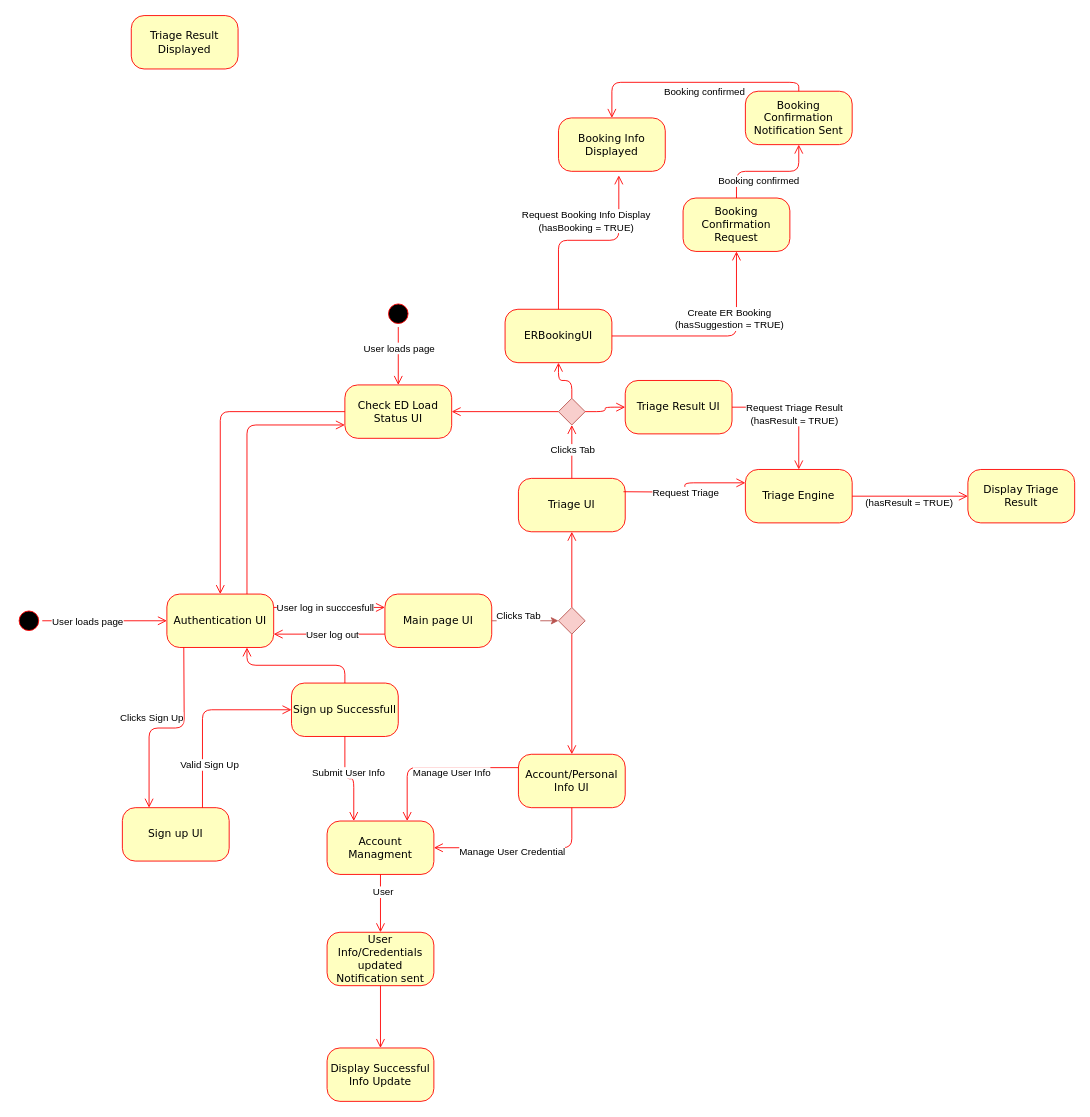
The draw.io diagram Drawio/Untitled Diagram.drawio in uvic-teach/project-m1-team8, before the edit. Source tidied: cells renumbered, new cells numbered last; positions are measured from the earlier drawing's top-left corner, leaving out a move shared by most shapes. Both pictures are drawn from the tidied source at 89%, with x=0, y=0 at pixel (15, 15).
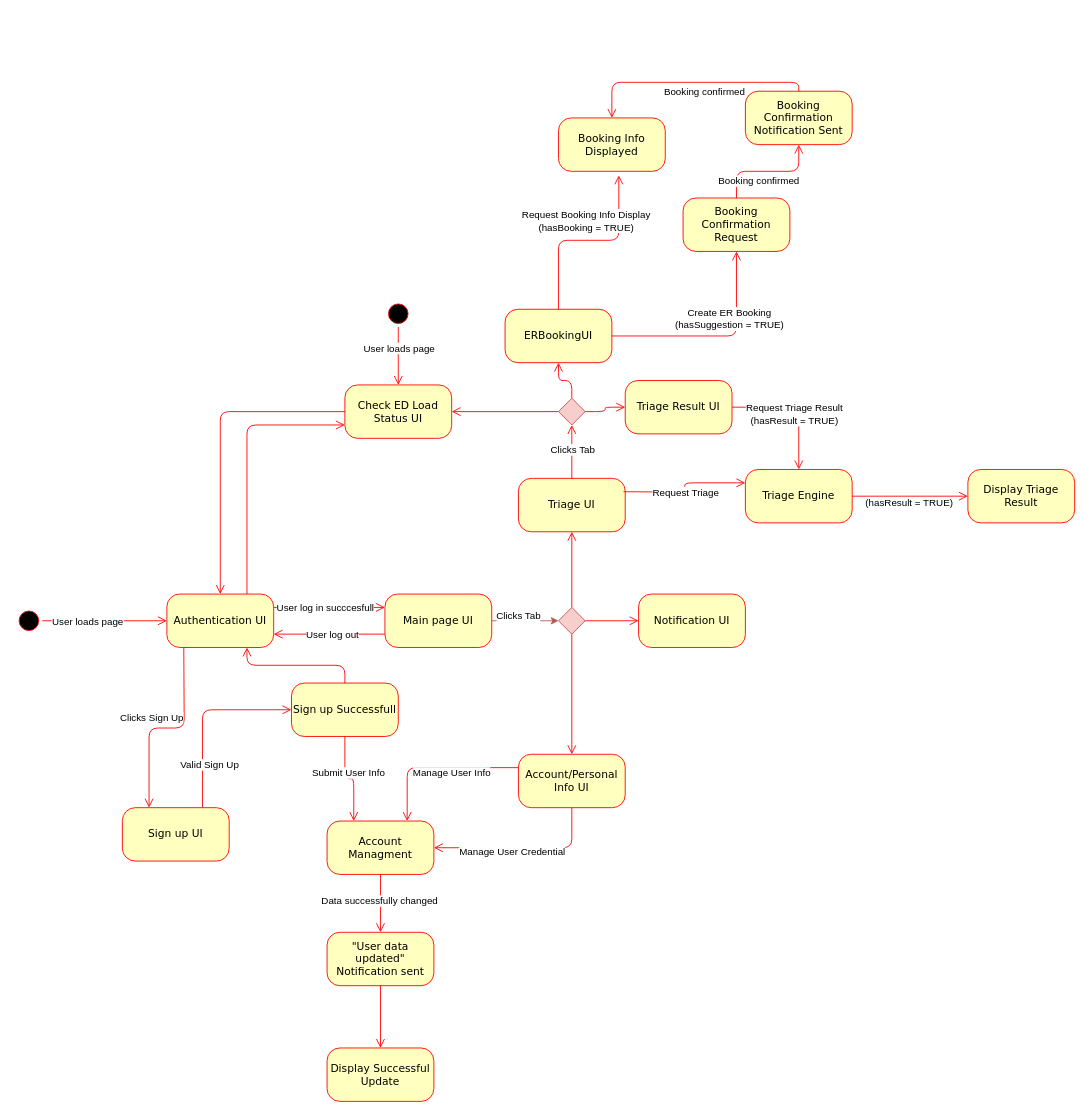
The same page after the edit.

The change refers to these unchanged cells:
```xml
<mxCell id="30" style="rhombus;whiteSpace=wrap;html=1;fillColor=#f8cecc;strokeColor=#b85450;" parent="1" vertex="1">
  <mxGeometry x="610" y="665" width="30" height="30" as="geometry" />
</mxCell>
<mxCell id="66" style="edgeStyle=orthogonalEdgeStyle;html=1;labelBackgroundColor=none;endArrow=open;endSize=8;strokeColor=#ff0000;fontFamily=Verdana;fontSize=12;align=left;exitX=0.5;exitY=1;exitDx=0;exitDy=0;entryX=0.5;entryY=0;entryDx=0;entryDy=0;" parent="1" edge="1" source="57" target="68">
  <mxGeometry relative="1" as="geometry" />
</mxCell>
```

Diff of the diagram source:
```diff
@@
-    <mxCell id="41" value="Triage Result Displayed" style="rounded=1;whiteSpace=wrap;html=1;arcSize=24;fillColor=#ffffc0;strokeColor=#ff0000;shadow=0;comic=0;labelBackgroundColor=none;fontFamily=Verdana;fontSize=12;fontColor=#000000;align=center;" parent="1" vertex="1">
-      <mxGeometry x="130" width="120" height="60" as="geometry" />
-    </mxCell>
@@
-    <mxCell id="67" value="User" style="edgeLabel;html=1;align=center;verticalAlign=middle;" parent="66" vertex="1">
-      <mxGeometry x="-0.43" y="2" relative="1" as="geometry" />
-    </mxCell>
+    <mxCell id="71" value="Data successfully changed" style="edgeLabel;html=1;align=center;verticalAlign=middle;" parent="66" vertex="1">
+      <mxGeometry x="-0.12" y="-2" relative="1" as="geometry" />
+    </mxCell>
-    <mxCell id="68" value="User Info/Credentials updated Notification sent" style="rounded=1;whiteSpace=wrap;html=1;arcSize=24;fillColor=#ffffc0;strokeColor=#ff0000;shadow=0;comic=0;labelBackgroundColor=none;fontFamily=Verdana;fontSize=12;fontColor=#000000;align=center;" parent="1" vertex="1">
+    <mxCell id="68" value="&quot;User data updated&quot; Notification sent" style="rounded=1;whiteSpace=wrap;html=1;arcSize=24;fillColor=#ffffc0;strokeColor=#ff0000;shadow=0;comic=0;labelBackgroundColor=none;fontFamily=Verdana;fontSize=12;fontColor=#000000;align=center;" parent="1" vertex="1">
       <mxGeometry x="350" y="1030" width="120" height="60" as="geometry" />
     </mxCell>
@@
-    <mxCell id="70" value="Display Successful Info Update" style="rounded=1;whiteSpace=wrap;html=1;arcSize=24;fillColor=#ffffc0;strokeColor=#ff0000;shadow=0;comic=0;labelBackgroundColor=none;fontFamily=Verdana;fontSize=12;fontColor=#000000;align=center;" parent="1" vertex="1">
+    <mxCell id="70" value="Display Successful Update" style="rounded=1;whiteSpace=wrap;html=1;arcSize=24;fillColor=#ffffc0;strokeColor=#ff0000;shadow=0;comic=0;labelBackgroundColor=none;fontFamily=Verdana;fontSize=12;fontColor=#000000;align=center;" parent="1" vertex="1">
       <mxGeometry x="350" y="1160" width="120" height="60" as="geometry" />
     </mxCell>
+    <mxCell id="72" value="Notification UI" style="rounded=1;whiteSpace=wrap;html=1;arcSize=24;fillColor=#ffffc0;strokeColor=#ff0000;shadow=0;comic=0;labelBackgroundColor=none;fontFamily=Verdana;fontSize=12;fontColor=#000000;align=center;" parent="1" vertex="1">
+      <mxGeometry x="700" y="650" width="120" height="60" as="geometry" />
+    </mxCell>
+    <mxCell id="73" style="edgeStyle=orthogonalEdgeStyle;html=1;labelBackgroundColor=none;endArrow=open;endSize=8;strokeColor=#ff0000;fontFamily=Verdana;fontSize=12;align=left;exitX=1;exitY=0.5;exitDx=0;exitDy=0;entryX=0;entryY=0.5;entryDx=0;entryDy=0;" parent="1" edge="1" source="30" target="72">
+      <mxGeometry relative="1" as="geometry" />
+    </mxCell>
```
